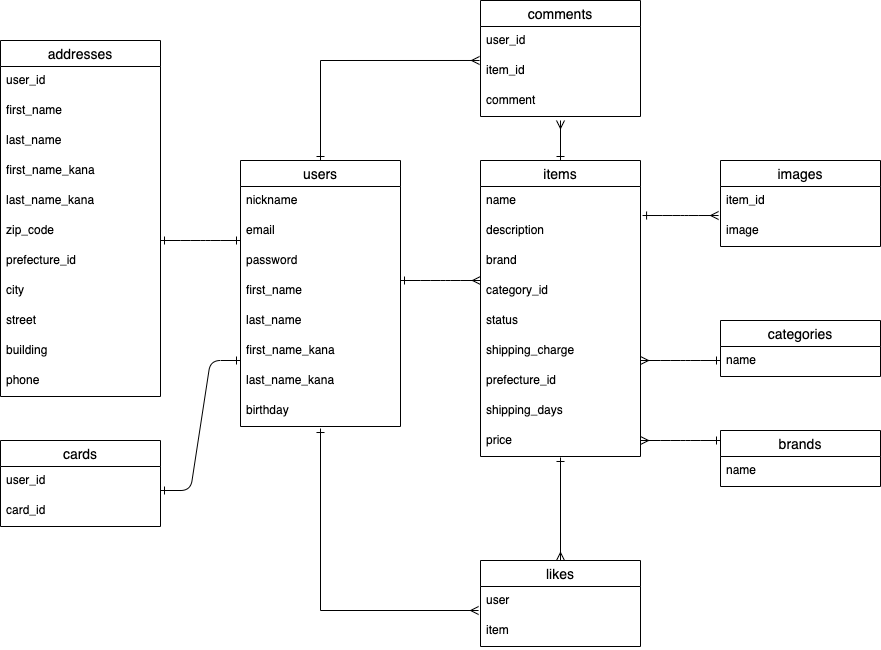
emi0121/furima-39164 keeps this draw.io diagram as test.png. Above is the earlier version. Source tidied: cells renumbered, new cells last; positions are measured from the earlier drawing's top-left corner, leaving out a move shared by most shapes.
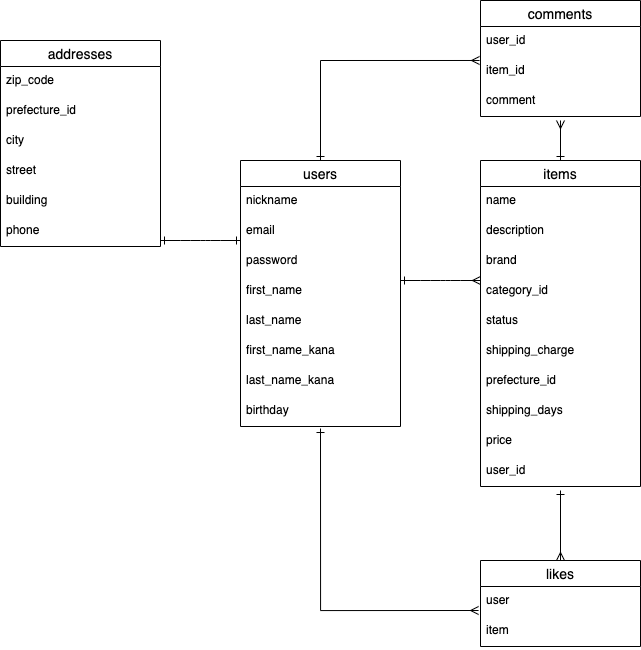
After the change.

Commit message:
ER図修正保存

Change to the diagram source:
```diff
@@ -30,57 +30,33 @@
       <mxGeometry y="236" width="160" height="30" as="geometry" />
     </mxCell>
     <mxCell id="11" value="addresses" style="swimlane;fontStyle=0;horizontal=1;startSize=26;align=center;fontSize=14;" parent="1" vertex="1">
-      <mxGeometry y="40" width="160" height="356" as="geometry" />
+      <mxGeometry y="40" width="160" height="206" as="geometry" />
     </mxCell>
-    <mxCell id="12" value="user_id" style="text;strokeColor=none;fillColor=none;spacingLeft=4;spacingRight=4;overflow=hidden;fontSize=12;" parent="11" vertex="1">
-      <mxGeometry y="26" width="160" height="30" as="geometry" />
-    </mxCell>
-    <mxCell id="13" value="first_name" style="text;strokeColor=none;fillColor=none;spacingLeft=4;spacingRight=4;overflow=hidden;fontSize=12;" parent="11" vertex="1">
-      <mxGeometry y="56" width="160" height="30" as="geometry" />
-    </mxCell>
-    <mxCell id="14" value="last_name" style="text;strokeColor=none;fillColor=none;spacingLeft=4;spacingRight=4;overflow=hidden;fontSize=12;" parent="11" vertex="1">
-      <mxGeometry y="86" width="160" height="30" as="geometry" />
-    </mxCell>
-    <mxCell id="15" value="first_name_kana" style="text;strokeColor=none;fillColor=none;spacingLeft=4;spacingRight=4;overflow=hidden;fontSize=12;" parent="11" vertex="1">
-      <mxGeometry y="116" width="160" height="30" as="geometry" />
-    </mxCell>
-    <mxCell id="16" value="last_name_kana" style="text;strokeColor=none;fillColor=none;spacingLeft=4;spacingRight=4;overflow=hidden;fontSize=12;" parent="11" vertex="1">
-      <mxGeometry y="146" width="160" height="30" as="geometry" />
-    </mxCell>
     <mxCell id="17" value="zip_code" style="text;strokeColor=none;fillColor=none;spacingLeft=4;spacingRight=4;overflow=hidden;fontSize=12;" parent="11" vertex="1">
-      <mxGeometry y="176" width="160" height="30" as="geometry" />
+      <mxGeometry y="26" width="160" height="30" as="geometry" />
     </mxCell>
     <mxCell id="18" value="prefecture_id" style="text;strokeColor=none;fillColor=none;spacingLeft=4;spacingRight=4;overflow=hidden;fontSize=12;" parent="11" vertex="1">
-      <mxGeometry y="206" width="160" height="30" as="geometry" />
+      <mxGeometry y="56" width="160" height="30" as="geometry" />
     </mxCell>
     <mxCell id="19" value="city" style="text;strokeColor=none;fillColor=none;spacingLeft=4;spacingRight=4;overflow=hidden;fontSize=12;" parent="11" vertex="1">
-      <mxGeometry y="236" width="160" height="30" as="geometry" />
+      <mxGeometry y="86" width="160" height="30" as="geometry" />
     </mxCell>
     <mxCell id="20" value="street" style="text;strokeColor=none;fillColor=none;spacingLeft=4;spacingRight=4;overflow=hidden;fontSize=12;" parent="11" vertex="1">
-      <mxGeometry y="266" width="160" height="30" as="geometry" />
+      <mxGeometry y="116" width="160" height="30" as="geometry" />
     </mxCell>
     <mxCell id="21" value="building" style="text;strokeColor=none;fillColor=none;spacingLeft=4;spacingRight=4;overflow=hidden;fontSize=12;" parent="11" vertex="1">
-      <mxGeometry y="296" width="160" height="30" as="geometry" />
+      <mxGeometry y="146" width="160" height="30" as="geometry" />
     </mxCell>
     <mxCell id="22" value="phone" style="text;strokeColor=none;fillColor=none;spacingLeft=4;spacingRight=4;overflow=hidden;fontSize=12;" parent="11" vertex="1">
-      <mxGeometry y="326" width="160" height="30" as="geometry" />
+      <mxGeometry y="176" width="160" height="30" as="geometry" />
     </mxCell>
-    <mxCell id="23" value="cards" style="swimlane;fontStyle=0;horizontal=1;startSize=26;align=center;fontSize=14;" parent="1" vertex="1">
-      <mxGeometry y="440" width="160" height="86" as="geometry" />
-    </mxCell>
-    <mxCell id="24" value="user_id" style="text;strokeColor=none;fillColor=none;spacingLeft=4;spacingRight=4;overflow=hidden;fontSize=12;" parent="23" vertex="1">
-      <mxGeometry y="26" width="160" height="30" as="geometry" />
-    </mxCell>
-    <mxCell id="25" value="card_id" style="text;strokeColor=none;fillColor=none;spacingLeft=4;spacingRight=4;overflow=hidden;fontSize=12;" parent="23" vertex="1">
-      <mxGeometry y="56" width="160" height="30" as="geometry" />
-    </mxCell>
     <mxCell id="26" style="edgeStyle=orthogonalEdgeStyle;rounded=0;html=1;exitX=0.5;exitY=0;exitDx=0;exitDy=0;startArrow=ERone;startFill=0;endArrow=ERmany;endFill=0;" parent="1" edge="1" source="27">
       <mxGeometry relative="1" as="geometry">
         <mxPoint x="560" y="120" as="targetPoint" />
       </mxGeometry>
     </mxCell>
     <mxCell id="27" value="items" style="swimlane;fontStyle=0;horizontal=1;startSize=26;align=center;fontSize=14;" parent="1" vertex="1">
-      <mxGeometry x="480" y="160" width="160" height="296" as="geometry" />
+      <mxGeometry x="480" y="160" width="160" height="326" as="geometry" />
     </mxCell>
     <mxCell id="28" value="name" style="text;strokeColor=none;fillColor=none;spacingLeft=4;spacingRight=4;overflow=hidden;fontSize=12;" parent="27" vertex="1">
       <mxGeometry y="26" width="160" height="30" as="geometry" />
@@ -109,23 +85,13 @@
     <mxCell id="36" value="price" style="text;strokeColor=none;fillColor=none;spacingLeft=4;spacingRight=4;overflow=hidden;points=[[0,0.5],[1,0.5]];portConstraint=eastwest;fontSize=12;" parent="27" vertex="1">
       <mxGeometry y="266" width="160" height="30" as="geometry" />
     </mxCell>
-    <mxCell id="37" value="images" style="swimlane;fontStyle=0;horizontal=1;startSize=26;align=center;fontSize=14;" parent="1" vertex="1">
-      <mxGeometry x="720" y="160" width="160" height="86" as="geometry" />
-    </mxCell>
-    <mxCell id="38" value="item_id" style="text;strokeColor=none;fillColor=none;spacingLeft=4;spacingRight=4;overflow=hidden;points=[[0,0.5],[1,0.5]];portConstraint=eastwest;fontSize=12;" parent="37" vertex="1">
-      <mxGeometry y="26" width="160" height="30" as="geometry" />
-    </mxCell>
-    <mxCell id="39" value="image" style="text;strokeColor=none;fillColor=none;spacingLeft=4;spacingRight=4;overflow=hidden;fontSize=12;" parent="37" vertex="1">
-      <mxGeometry y="56" width="160" height="30" as="geometry" />
-    </mxCell>
-    <mxCell id="40" value="categories" style="swimlane;fontStyle=0;horizontal=1;startSize=26;align=center;fontSize=14;" parent="1" vertex="1">
-      <mxGeometry x="720" y="320" width="160" height="56" as="geometry" />
-    </mxCell>
-    <mxCell id="41" value="name" style="text;strokeColor=none;fillColor=none;spacingLeft=4;spacingRight=4;overflow=hidden;fontSize=12;" parent="40" vertex="1">
-      <mxGeometry y="26" width="160" height="30" as="geometry" />
-    </mxCell>
+    <mxCell id="60" value="user_id" style="text;strokeColor=none;fillColor=none;spacingLeft=4;spacingRight=4;overflow=hidden;fontSize=12;" parent="27" vertex="1">
+      <mxGeometry y="296" width="160" height="30" as="geometry" />
+    </mxCell>
-    <mxCell id="42" style="edgeStyle=orthogonalEdgeStyle;rounded=0;html=1;exitX=0.5;exitY=0;exitDx=0;exitDy=0;startArrow=ERmany;startFill=0;endArrow=ERone;endFill=0;entryX=0.5;entryY=1.033;entryDx=0;entryDy=0;entryPerimeter=0;" parent="1" edge="1" source="43" target="36">
-      <mxGeometry relative="1" as="geometry" />
+    <mxCell id="42" style="edgeStyle=orthogonalEdgeStyle;rounded=0;html=1;exitX=0.5;exitY=0;exitDx=0;exitDy=0;startArrow=ERmany;startFill=0;endArrow=ERone;endFill=0;" parent="1" edge="1" source="43">
+      <mxGeometry relative="1" as="geometry">
+        <mxPoint x="560" y="490" as="targetPoint" />
+      </mxGeometry>
     </mxCell>
     <mxCell id="43" value="likes" style="swimlane;fontStyle=0;horizontal=1;startSize=26;align=center;fontSize=14;" parent="1" vertex="1">
       <mxGeometry x="480" y="560" width="160" height="86" as="geometry" />
@@ -153,32 +119,12 @@
         <mxPoint x="160" y="240" as="sourcePoint" />
       </mxGeometry>
     </mxCell>
-    <mxCell id="51" style="edgeStyle=entityRelationEdgeStyle;fontSize=12;html=1;endArrow=ERone;startArrow=ERone;entryX=0;entryY=0.8;entryDx=0;entryDy=0;entryPerimeter=0;startFill=0;endFill=0;" parent="1" edge="1" target="8">
-      <mxGeometry relative="1" as="geometry">
-        <mxPoint x="160" y="490" as="sourcePoint" />
-      </mxGeometry>
-    </mxCell>
     <mxCell id="52" style="edgeStyle=entityRelationEdgeStyle;fontSize=12;html=1;endArrow=ERmany;startArrow=ERone;startFill=0;endFill=0;" parent="1" edge="1">
       <mxGeometry relative="1" as="geometry">
         <mxPoint x="400" y="280" as="sourcePoint" />
         <mxPoint x="480" y="280" as="targetPoint" />
       </mxGeometry>
     </mxCell>
-    <mxCell id="53" style="edgeStyle=entityRelationEdgeStyle;fontSize=12;html=1;endArrow=ERmany;startArrow=ERone;exitX=1.013;exitY=-0.033;exitDx=0;exitDy=0;exitPerimeter=0;entryX=-0.012;entryY=0.967;entryDx=0;entryDy=0;entryPerimeter=0;startFill=0;endFill=0;" parent="1" edge="1" source="29" target="38">
-      <mxGeometry relative="1" as="geometry" />
-    </mxCell>
-    <mxCell id="54" style="edgeStyle=entityRelationEdgeStyle;fontSize=12;html=1;endArrow=ERone;startArrow=ERmany;exitX=1.013;exitY=-0.033;exitDx=0;exitDy=0;exitPerimeter=0;startFill=0;endFill=0;" parent="1" edge="1">
-      <mxGeometry relative="1" as="geometry">
-        <mxPoint x="640" y="360" as="sourcePoint" />
-        <mxPoint x="720" y="360" as="targetPoint" />
-      </mxGeometry>
-    </mxCell>
-    <mxCell id="55" value="brands" style="swimlane;fontStyle=0;horizontal=1;startSize=26;align=center;fontSize=14;" parent="1" vertex="1">
-      <mxGeometry x="720" y="430" width="160" height="56" as="geometry" />
-    </mxCell>
-    <mxCell id="56" value="name" style="text;strokeColor=none;fillColor=none;spacingLeft=4;spacingRight=4;overflow=hidden;fontSize=12;" parent="55" vertex="1">
-      <mxGeometry y="26" width="160" height="30" as="geometry" />
-    </mxCell>
     <mxCell id="57" style="fontSize=12;html=1;endArrow=ERmany;startArrow=ERone;rounded=0;startFill=0;endFill=0;edgeStyle=orthogonalEdgeStyle;exitX=0.5;exitY=1.067;exitDx=0;exitDy=0;exitPerimeter=0;entryX=-0.012;entryY=0.8;entryDx=0;entryDy=0;entryPerimeter=0;" parent="1" edge="1" source="10" target="44">
       <mxGeometry relative="1" as="geometry">
         <Array as="points">
@@ -193,11 +139,5 @@
         </Array>
       </mxGeometry>
     </mxCell>
-    <mxCell id="59" style="edgeStyle=entityRelationEdgeStyle;fontSize=12;html=1;endArrow=ERone;startArrow=ERmany;startFill=0;endFill=0;" parent="1" edge="1">
-      <mxGeometry relative="1" as="geometry">
-        <mxPoint x="640" y="440" as="sourcePoint" />
-        <mxPoint x="720" y="440" as="targetPoint" />
-      </mxGeometry>
-    </mxCell>
   </root>
 </mxGraphModel>
```
